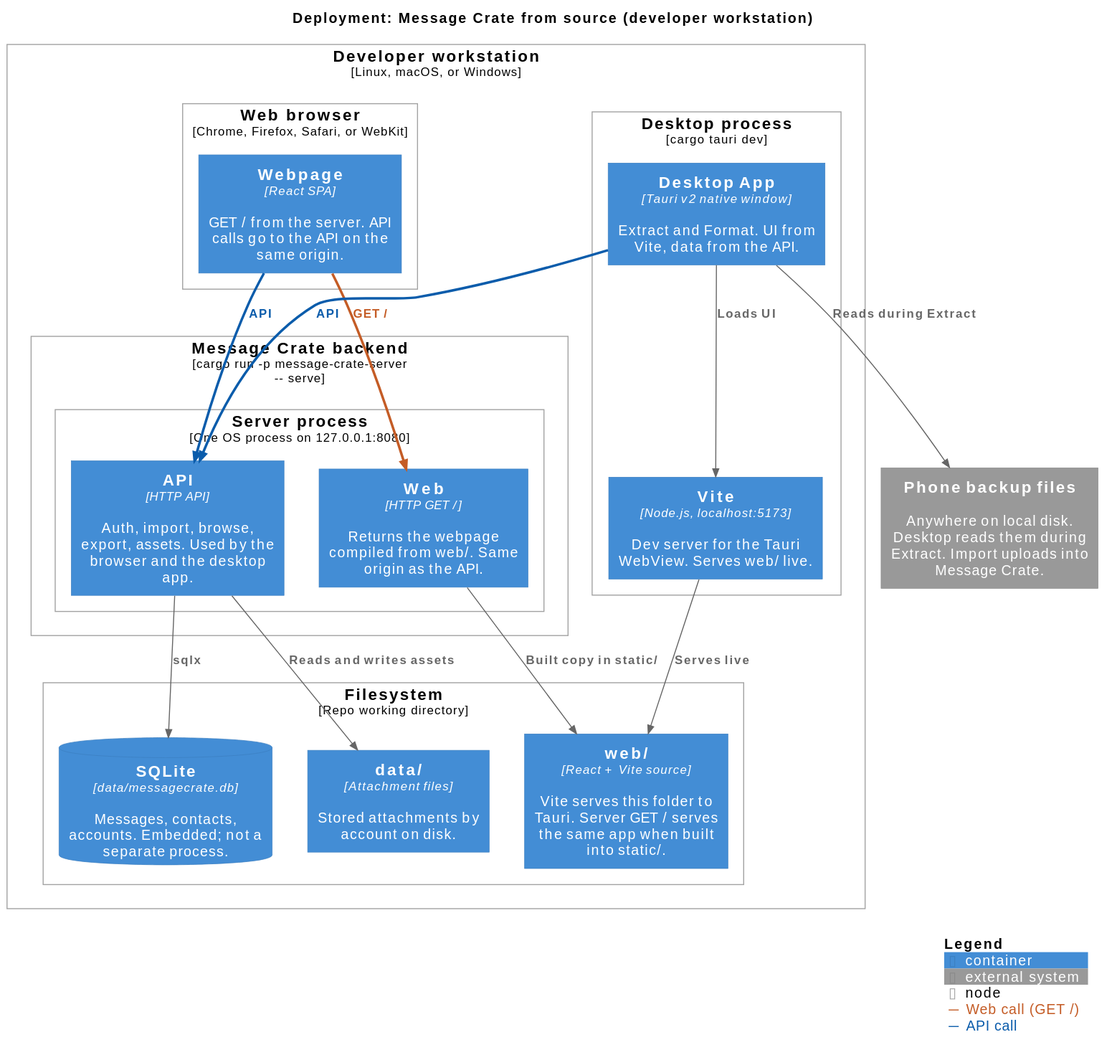
Earlier version of the PlantUML export docs/src/assets/architecture/deployment_diagram.svg (messagecrate/message-crate).
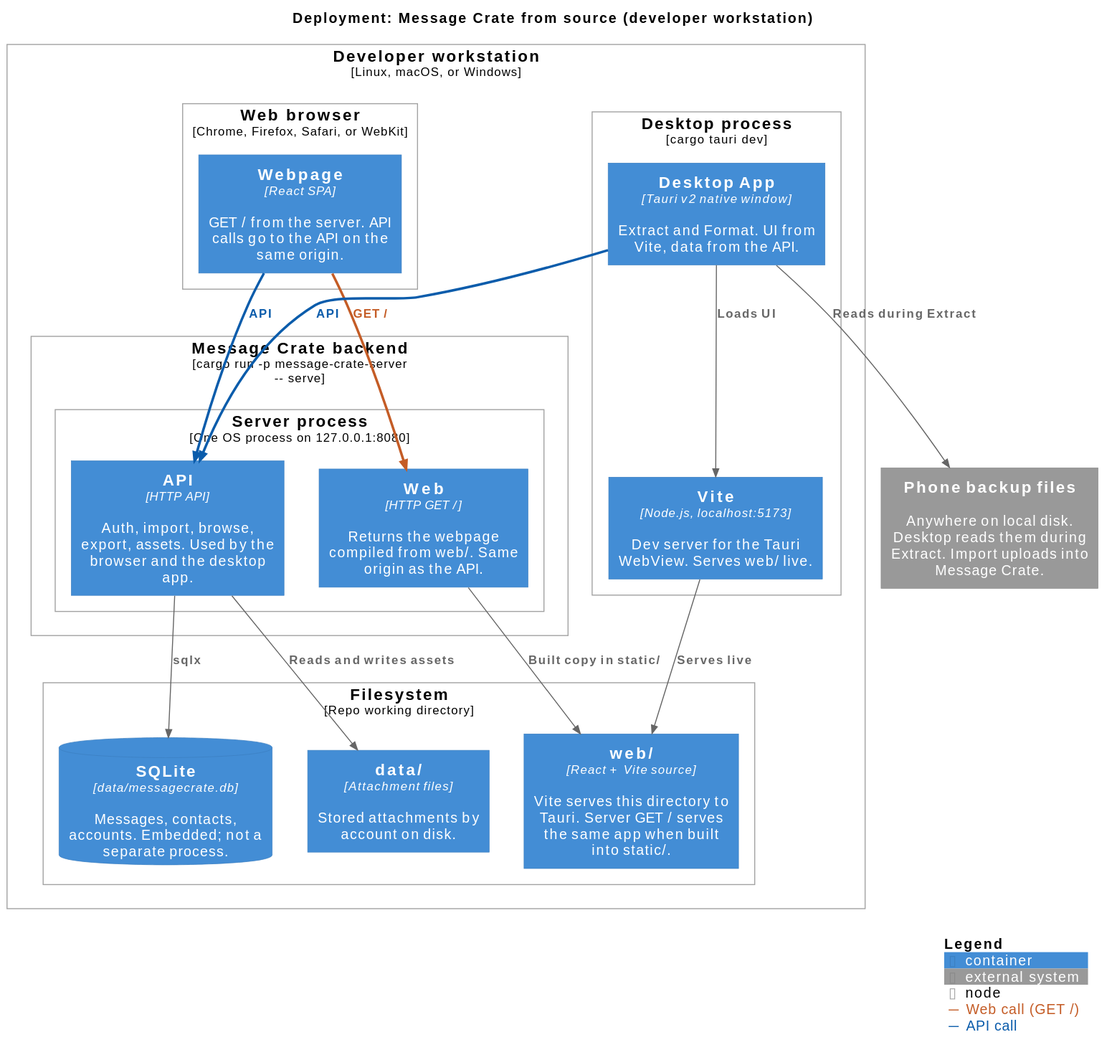
Later version of the same file.

The edit, as a diff of the source:
```diff
@@ -26,7 +26,7 @@
     }
 
     Deployment_Node(fs, "Filesystem", "Repo working directory") {
-        Container(web_src, "web/", "React + Vite source", "Vite serves this folder to Tauri. Server GET / serves the same app when built into static/.")
+        Container(web_src, "web/", "React + Vite source", "Vite serves this directory to Tauri. Server GET / serves the same app when built into static/.")
         ContainerDb(db, "SQLite", "data/messagecrate.db", "Messages, contacts, accounts. Embedded; not a separate process.")
         Container(data, "data/", "Attachment files", "Stored attachments by account on disk.")
     }
```
